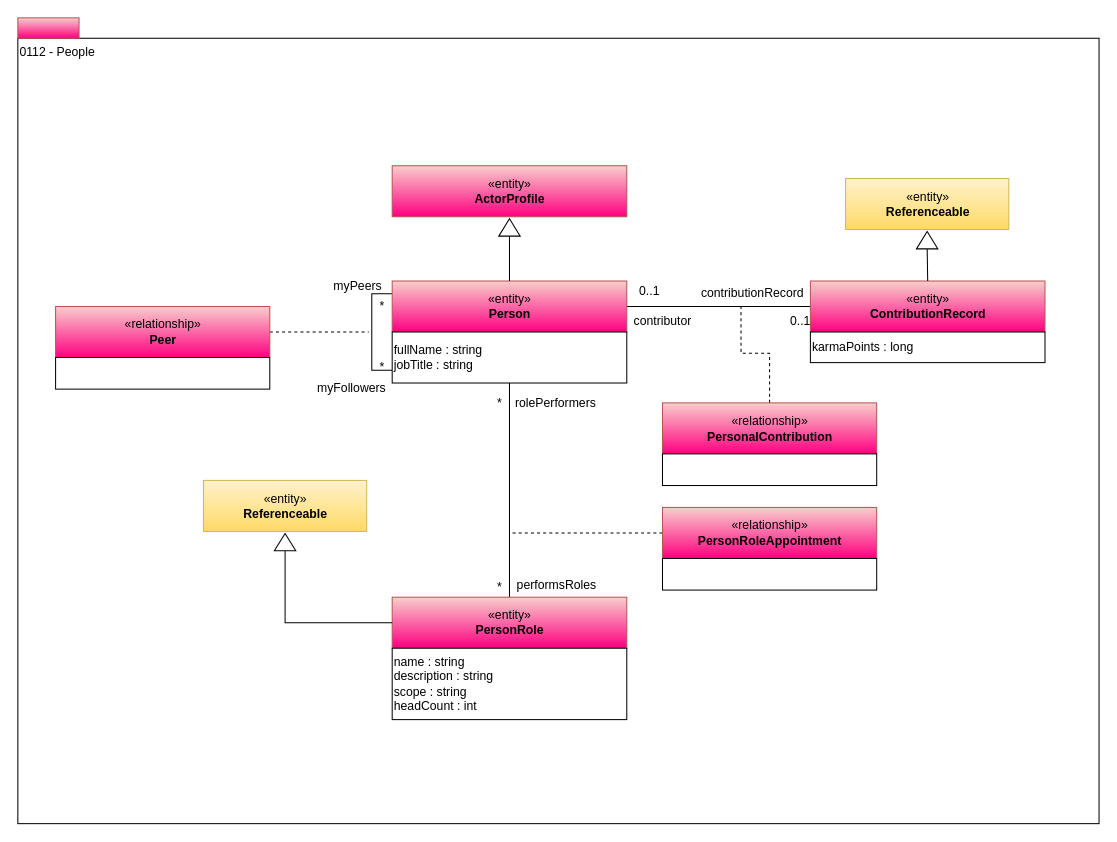
Earlier version of the draw.io diagram page "0112-People" (3 of 13) of open-metadata-publication/website/open-metadata-types/area-1-collaboration.drawio (odpi/egeria). Source tidied: cells renumbered, new cells numbered last; positions are measured from the earlier drawing's top-left corner, leaving out a move shared by most shapes. Both pictures are drawn from the tidied source at 102%, with x=0, y=0 at pixel (17, 17).
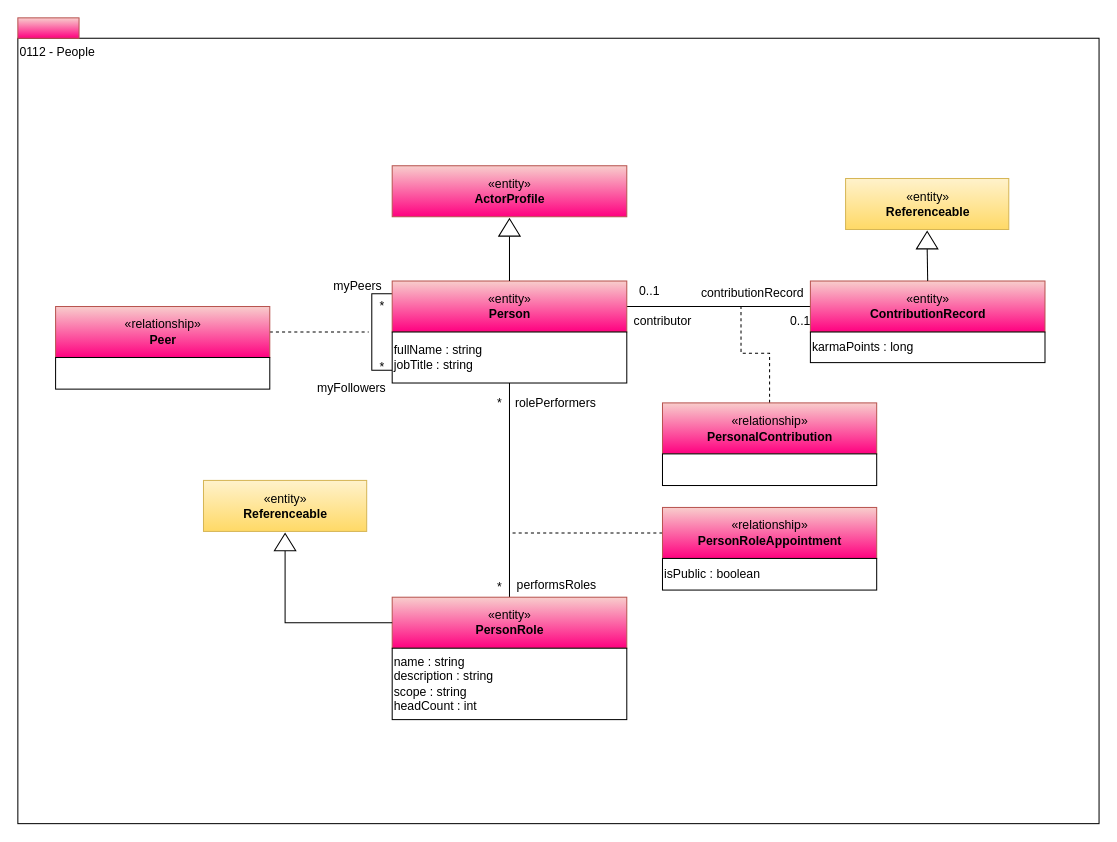
The same diagram, later.

Change to the diagram source:
```diff
@@
-    <mxCell id="39" style="rounded=0;whiteSpace=wrap;html=1;strokeColor=#000000;gradientColor=#ffffff;align=left;" parent="1" vertex="1">
+    <mxCell id="39" value="isPublic : boolean" style="rounded=0;whiteSpace=wrap;html=1;strokeColor=#000000;gradientColor=#ffffff;align=left;" parent="1" vertex="1">
       <mxGeometry x="632" y="530" width="210" height="31" as="geometry" />
     </mxCell>
```
